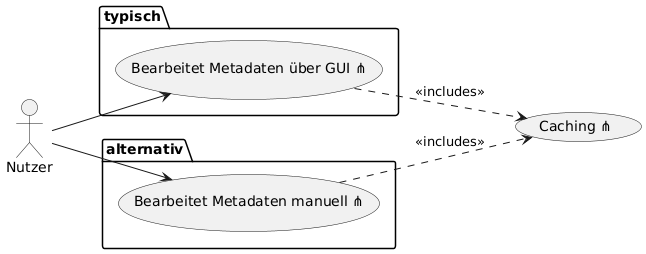
This is wiki/topics/Inkremente/00/Diagramme/Anforderungsanalyse_002.png from SoftwareEngineeringOne/wiki, a PlantUML export, as it was before one commit.
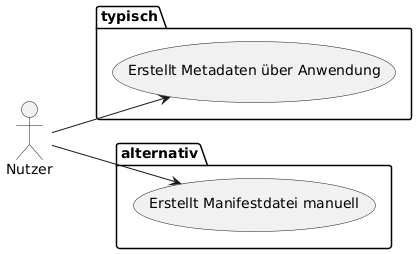
After the change.

Change to the diagram source:
```diff
@@ -2,16 +2,13 @@
 left to right direction
 
 actor Nutzer as u
-usecase "Caching ⋔" as c
 
 package typisch {
-u --> (Bearbeitet Metadaten über GUI ⋔)
+u --> (Erstellt Metadaten über Anwendung)
 }
 
 package alternativ {
-u --> (Bearbeitet Metadaten manuell ⋔)
+u --> (Erstellt Manifestdatei manuell)
 }
 
-c <.up. (Bearbeitet Metadaten über GUI ⋔) : <<includes>>
-c <.up. (Bearbeitet Metadaten manuell ⋔) : <<includes>>
 @enduml
```
